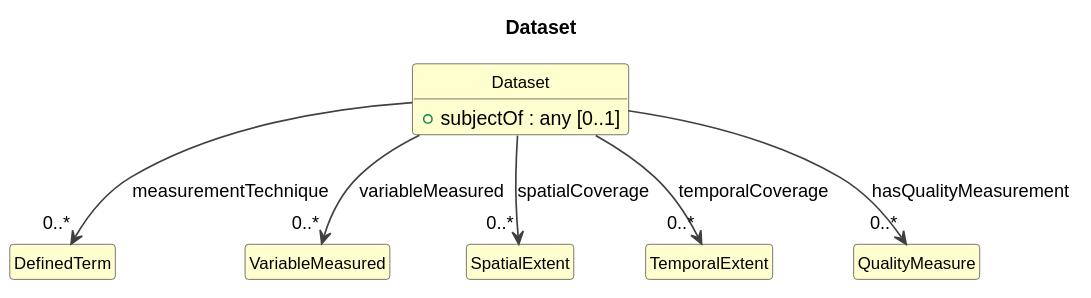
Earlier version of the PlantUML export cdif-uml-model/cdifDiscovery/Classes/Dataset.svg (Cross-Domain-Interoperability-Framework/metadataBuildingBlocks). Source of this version:
```plantuml
@startuml
title Dataset
hide circle
hide empty members
skinparam shadowing false
skinparam ArrowThickness 1.2
skinparam class {
  ArrowColor #404040
  BorderColor #404040
  FontSize 12
}

class "Dataset" as Dataset #FEFECE {
  +subjectOf : any [0..1]
}

class "DefinedTerm" as DefinedTerm #FEFECE

class "VariableMeasured" as VariableMeasured #FEFECE

class "SpatialExtent" as SpatialExtent #FEFECE

class "TemporalExtent" as TemporalExtent #FEFECE

class "QualityMeasure" as QualityMeasure #FEFECE

Dataset --> "0..*" DefinedTerm : measurementTechnique
Dataset --> "0..*" VariableMeasured : variableMeasured
Dataset --> "0..*" SpatialExtent : spatialCoverage
Dataset --> "0..*" TemporalExtent : temporalCoverage
Dataset --> "0..*" QualityMeasure : hasQualityMeasurement
@enduml
```
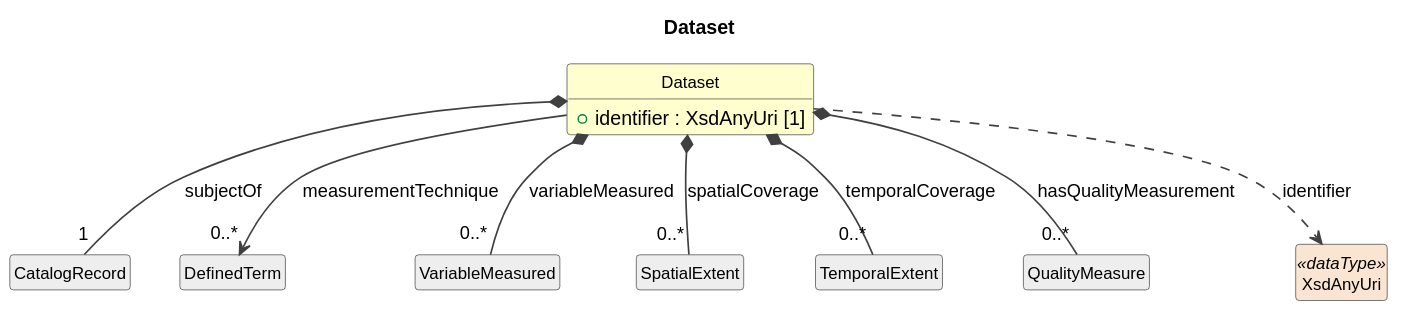
After the commit.

Change to the diagram source:
```diff
@@ -11,22 +11,20 @@
 }
 
 class "Dataset" as Dataset #FEFECE {
-  +subjectOf : any [0..1]
+  +identifier : XsdAnyUri [1]
 }
-
-class "DefinedTerm" as DefinedTerm #FEFECE
-
-class "VariableMeasured" as VariableMeasured #FEFECE
-
-class "SpatialExtent" as SpatialExtent #FEFECE
-
-class "TemporalExtent" as TemporalExtent #FEFECE
-
-class "QualityMeasure" as QualityMeasure #FEFECE
-
+class "CatalogRecord" as CatalogRecord #EEEEEE
+Dataset *-- "1" CatalogRecord : subjectOf
+class "DefinedTerm" as DefinedTerm #EEEEEE
 Dataset --> "0..*" DefinedTerm : measurementTechnique
-Dataset --> "0..*" VariableMeasured : variableMeasured
-Dataset --> "0..*" SpatialExtent : spatialCoverage
-Dataset --> "0..*" TemporalExtent : temporalCoverage
-Dataset --> "0..*" QualityMeasure : hasQualityMeasurement
+class "VariableMeasured" as VariableMeasured #EEEEEE
+Dataset *-- "0..*" VariableMeasured : variableMeasured
+class "SpatialExtent" as SpatialExtent #EEEEEE
+Dataset *-- "0..*" SpatialExtent : spatialCoverage
+class "TemporalExtent" as TemporalExtent #EEEEEE
+Dataset *-- "0..*" TemporalExtent : temporalCoverage
+class "QualityMeasure" as QualityMeasure #EEEEEE
+Dataset *-- "0..*" QualityMeasure : hasQualityMeasurement
+class "XsdAnyUri" as XsdAnyUri <<dataType>> #FAE5D3
+Dataset ..> XsdAnyUri : identifier
 @enduml
```
